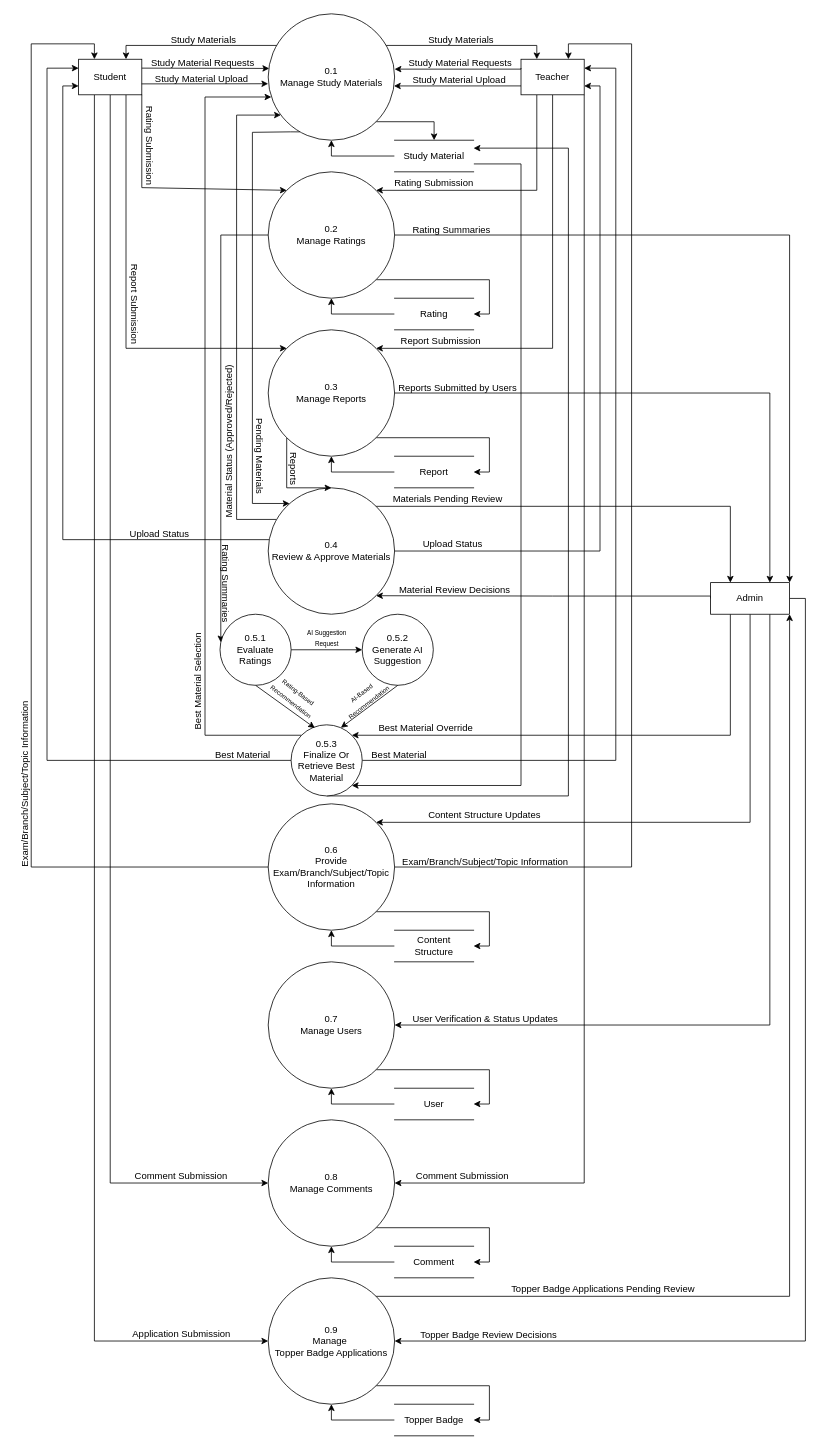
Before: page "Level-2 DFD New" (5 of 7) of docs/system-diagrams.drawio in SayanMondal-1643/PeerPrep, a draw.io diagram. Source tidied: cells renumbered, new cells numbered last; positions are measured from the earlier drawing's top-left corner, leaving out a move shared by most shapes. Both pictures are drawn from the tidied source at 79%, with x=0, y=0 at pixel (-66, 13).
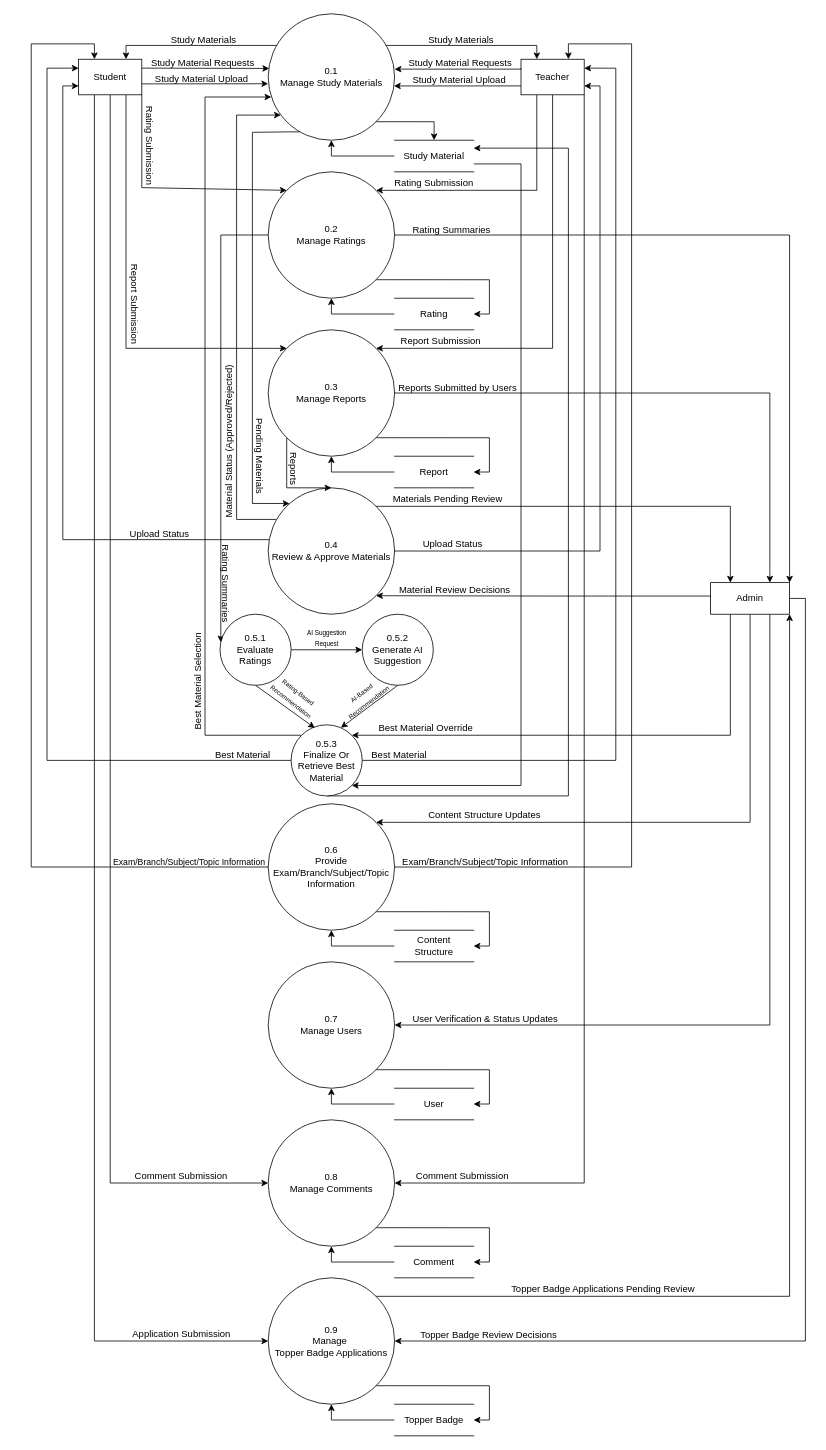
The same page after the edit.

The edit, as a diff of the source:
```diff
@@
-    <mxCell id="61" value="Exam/Branch/Subject/Topic Information" style="text;whiteSpace=wrap;html=1;rotation=-90;" parent="1" vertex="1">
-      <mxGeometry y="962" width="220" height="20" as="geometry" />
+    <mxCell id="61" value="&lt;font style=&quot;font-size: 11px;&quot;&gt;Exam/Branch/Subject/Topic Information&lt;/font&gt;" style="text;whiteSpace=wrap;html=1;rotation=0;" parent="1" vertex="1">
+      <mxGeometry x="224" y="1060" width="220" height="20" as="geometry" />
     </mxCell>
```
